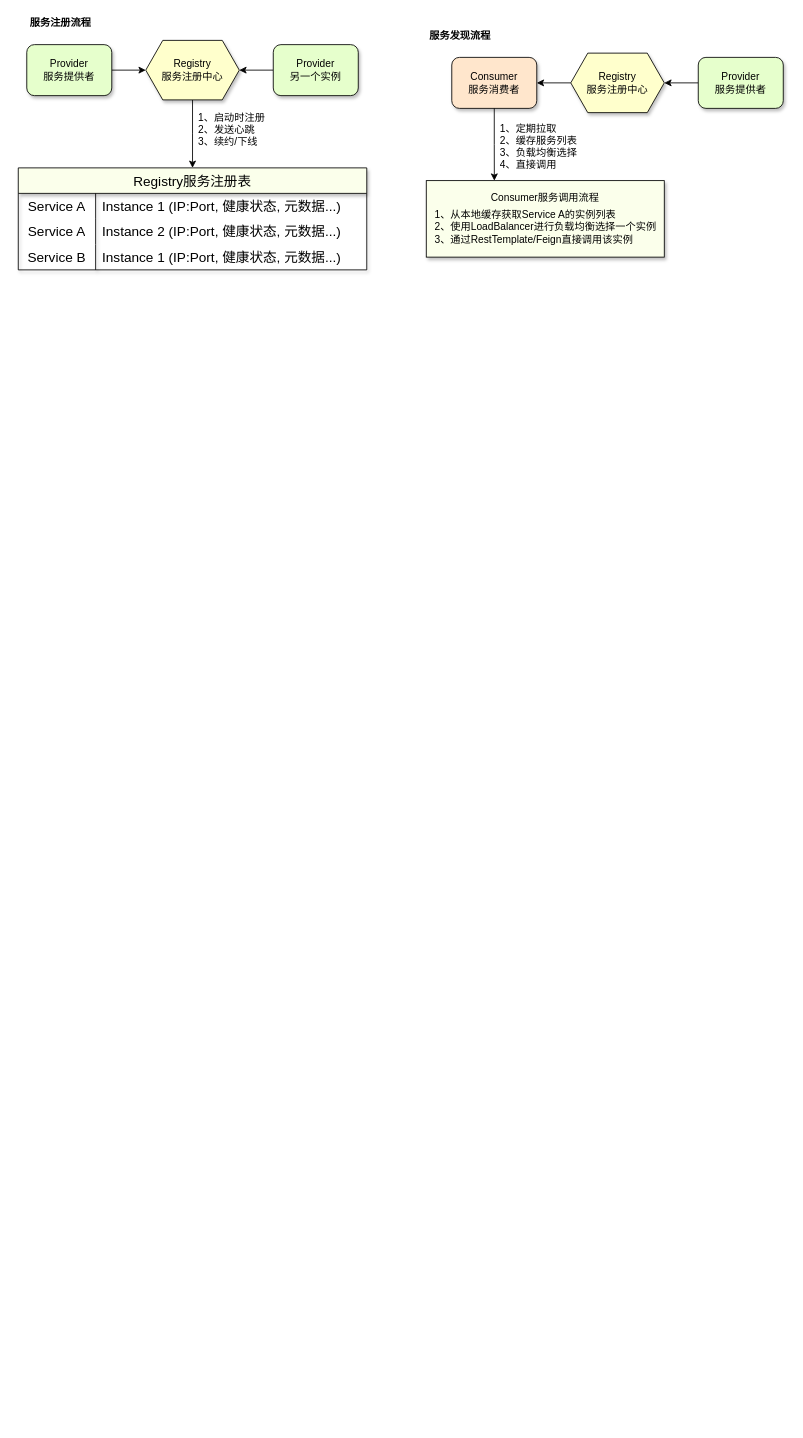
Before: achitecture_diagram/SpringCloud组件原理.drawio in abigalexy/online_drawing, a draw.io diagram. Source tidied: cells renumbered, new cells numbered last; positions are measured from the earlier drawing's top-left corner, leaving out a move shared by most shapes. Both pictures are drawn from the tidied source at 85%, with x=0, y=0 at pixel (18, 14).
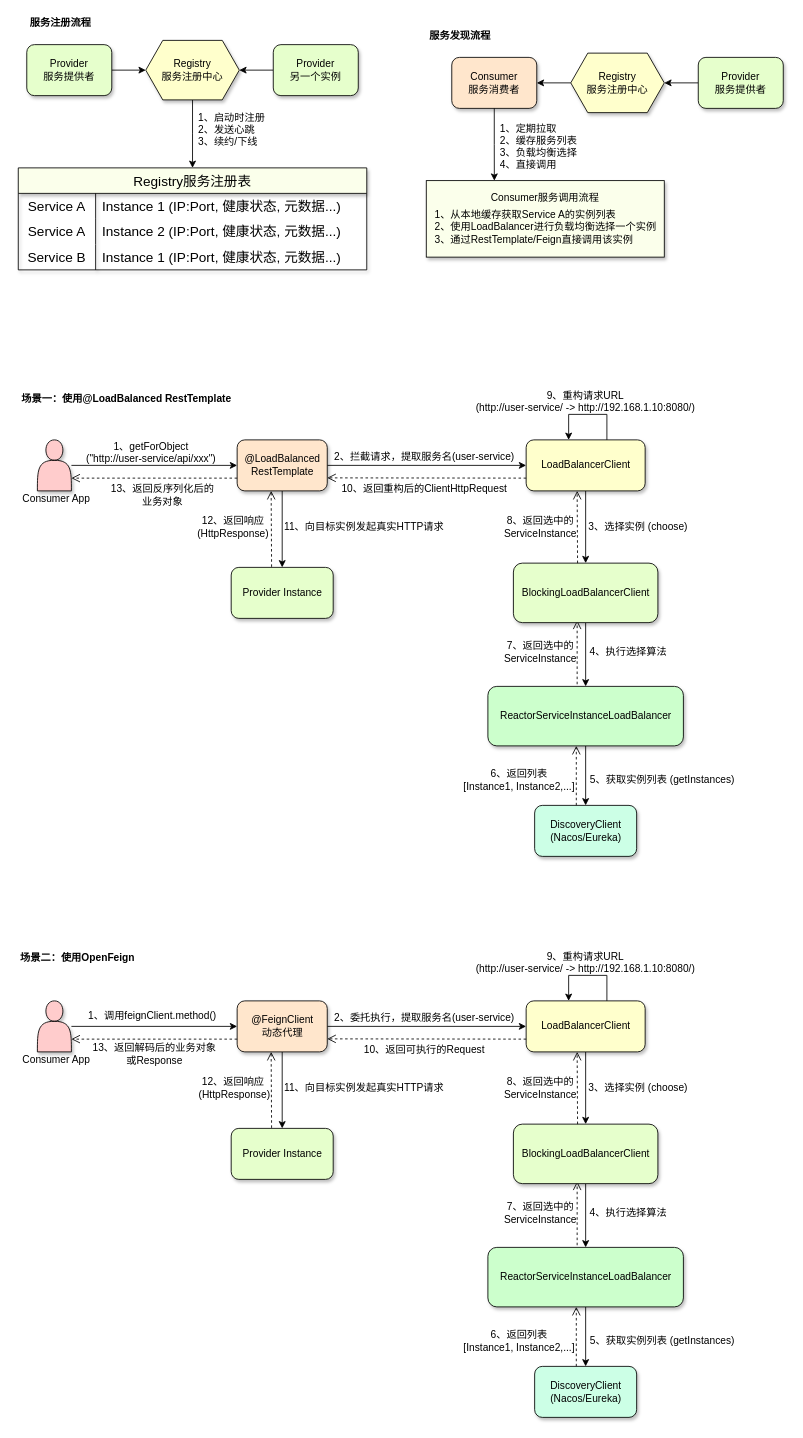
After the change.

Commit message:
更新SpringCloud组件原理.drawio

The edit, as a diff of the source:
```diff
@@
+    <mxCell id="33" style="group;" parent="1" vertex="1">
+      <mxGeometry y="1100" width="847.5" height="550" as="geometry" />
+    </mxCell>
+    <mxCell id="34" style="edgeStyle=orthogonalEdgeStyle;rounded=0;jettySize=auto;html=1;entryX=0;entryY=0.5;entryDx=0;entryDy=0;" parent="33" edge="1" source="36" target="42">
+      <mxGeometry relative="1" as="geometry" />
+    </mxCell>
+    <mxCell id="35" style="edgeStyle=orthogonalEdgeStyle;rounded=0;jettySize=auto;html=1;entryX=0.5;entryY=0;entryDx=0;entryDy=0;" parent="33" edge="1" source="36" target="37">
+      <mxGeometry relative="1" as="geometry" />
+    </mxCell>
+    <mxCell id="36" value="@FeignClient&lt;br&gt;动态代理" style="rounded=1;whiteSpace=wrap;html=1;fillColor=#FFE6CC;shadow=1;" parent="33" vertex="1">
+      <mxGeometry x="257.5" y="60" width="106" height="60" as="geometry" />
+    </mxCell>
+    <mxCell id="37" value="Provider Instance" style="rounded=1;whiteSpace=wrap;html=1;fillColor=#E6FFCC;shadow=1;" parent="33" vertex="1">
+      <mxGeometry x="250.5" y="210" width="120" height="60" as="geometry" />
+    </mxCell>
+    <mxCell id="38" style="edgeStyle=orthogonalEdgeStyle;rounded=0;jettySize=auto;html=1;entryX=0;entryY=0.5;entryDx=0;entryDy=0;" parent="33" edge="1" source="39" target="36">
+      <mxGeometry relative="1" as="geometry" />
+    </mxCell>
+    <mxCell id="39" style="shape=actor;whiteSpace=wrap;html=1;fillColor=#FFCCCC;shadow=1;" parent="33" vertex="1">
+      <mxGeometry x="22.5" y="60" width="40" height="60" as="geometry" />
+    </mxCell>
+    <mxCell id="40" value="1、调用feignClient.method()" style="text;strokeColor=none;align=center;fillColor=none;html=1;verticalAlign=middle;whiteSpace=wrap;rounded=0;" parent="33" vertex="1">
+      <mxGeometry x="77.5" y="67.5" width="160" height="20" as="geometry" />
+    </mxCell>
+    <mxCell id="41" style="edgeStyle=orthogonalEdgeStyle;rounded=0;jettySize=auto;html=1;entryX=0.5;entryY=0;entryDx=0;entryDy=0;" parent="33" edge="1" source="42" target="64">
+      <mxGeometry relative="1" as="geometry" />
+    </mxCell>
+    <mxCell id="42" value="LoadBalancerClient" style="rounded=1;whiteSpace=wrap;html=1;fillColor=#FFFFCC;shadow=1;" parent="33" vertex="1">
+      <mxGeometry x="597.5" y="60" width="140" height="60" as="geometry" />
+    </mxCell>
+    <mxCell id="43" value="2、委托执行，提取服务名(user-service)" style="text;strokeColor=none;align=center;fillColor=none;html=1;verticalAlign=middle;whiteSpace=wrap;rounded=0;" parent="33" vertex="1">
+      <mxGeometry x="367.5" y="72.5" width="220" height="15" as="geometry" />
+    </mxCell>
+    <mxCell id="44" value="3、选择实例 (choose)" style="text;strokeColor=none;align=center;fillColor=none;html=1;verticalAlign=middle;whiteSpace=wrap;rounded=0;" parent="33" vertex="1">
+      <mxGeometry x="667.5" y="152.5" width="123" height="20" as="geometry" />
+    </mxCell>
+    <mxCell id="45" value="4、执行选择算法" style="text;strokeColor=none;align=center;fillColor=none;html=1;verticalAlign=middle;whiteSpace=wrap;rounded=0;" parent="33" vertex="1">
+      <mxGeometry x="667.5" y="300" width="100" height="20" as="geometry" />
+    </mxCell>
+    <mxCell id="46" value="5、获取实例列表 (getInstances)" style="text;strokeColor=none;align=center;fillColor=none;html=1;verticalAlign=middle;whiteSpace=wrap;rounded=0;" parent="33" vertex="1">
+      <mxGeometry x="667.5" y="450" width="180" height="20" as="geometry" />
+    </mxCell>
+    <mxCell id="47" value="6、返回列表&lt;br&gt;[Instance1, Instance2,...]" style="text;strokeColor=none;align=center;fillColor=none;html=1;verticalAlign=middle;whiteSpace=wrap;rounded=0;" parent="33" vertex="1">
+      <mxGeometry x="521.5" y="445" width="135" height="30" as="geometry" />
+    </mxCell>
+    <mxCell id="48" value="7、返回选中的ServiceInstance" style="text;strokeColor=none;align=center;fillColor=none;html=1;verticalAlign=middle;whiteSpace=wrap;rounded=0;" parent="33" vertex="1">
+      <mxGeometry x="571.5" y="295" width="85" height="30" as="geometry" />
+    </mxCell>
+    <mxCell id="49" value="8、返回选中的ServiceInstance" style="text;strokeColor=none;align=center;fillColor=none;html=1;verticalAlign=middle;whiteSpace=wrap;rounded=0;" parent="33" vertex="1">
+      <mxGeometry x="567.5" y="150" width="93" height="25" as="geometry" />
+    </mxCell>
+    <mxCell id="50" value="9、重构请求URL&lt;br&gt;(http://user-service/ -&amp;gt; http://192.168.1.10:8080/)" style="text;strokeColor=none;align=center;fillColor=none;html=1;verticalAlign=middle;whiteSpace=wrap;rounded=0;" parent="33" vertex="1">
+      <mxGeometry x="534.2" width="266.5" height="30" as="geometry" />
+    </mxCell>
+    <mxCell id="51" style="html=1;verticalAlign=bottom;endArrow=open;dashed=1;endSize=8;curved=0;rounded=0;exitX=0;exitY=0.75;exitDx=0;exitDy=0;" parent="33" edge="1" source="42">
+      <mxGeometry relative="1" as="geometry">
+        <mxPoint x="363.5" y="104.7" as="targetPoint" />
+      </mxGeometry>
+    </mxCell>
+    <mxCell id="52" value="10、返回可执行的Request" style="text;strokeColor=none;align=center;fillColor=none;html=1;verticalAlign=middle;whiteSpace=wrap;rounded=0;" parent="33" vertex="1">
+      <mxGeometry x="402.5" y="107.5" width="150" height="20" as="geometry" />
+    </mxCell>
+    <mxCell id="53" value="11、向目标实例发起真实HTTP请求" style="text;strokeColor=none;align=center;fillColor=none;html=1;verticalAlign=middle;whiteSpace=wrap;rounded=0;" parent="33" vertex="1">
+      <mxGeometry x="311.5" y="152.5" width="190" height="20" as="geometry" />
+    </mxCell>
+    <mxCell id="54" style="html=1;verticalAlign=bottom;endArrow=open;dashed=1;endSize=8;curved=0;rounded=0;exitX=0.396;exitY=-0.01;exitDx=0;exitDy=0;exitPerimeter=0;" parent="33" edge="1" source="37">
+      <mxGeometry relative="1" as="geometry">
+        <mxPoint x="297.5" y="120" as="targetPoint" />
+      </mxGeometry>
+    </mxCell>
+    <mxCell id="55" value="12、返回响应&lt;br&gt;&amp;nbsp;(HttpResponse)" style="text;strokeColor=none;align=center;fillColor=none;html=1;verticalAlign=middle;whiteSpace=wrap;rounded=0;" parent="33" vertex="1">
+      <mxGeometry x="207.5" y="147.5" width="90" height="30" as="geometry" />
+    </mxCell>
+    <mxCell id="56" style="html=1;verticalAlign=bottom;endArrow=open;dashed=1;endSize=8;curved=0;rounded=0;exitX=0;exitY=0.75;exitDx=0;exitDy=0;entryX=1;entryY=0.75;entryDx=0;entryDy=0;" parent="33" edge="1" source="36" target="39">
+      <mxGeometry relative="1" as="geometry" />
+    </mxCell>
+    <mxCell id="57" value="13、返回解码后的业务对象&lt;br&gt;或Response" style="text;strokeColor=none;align=center;fillColor=none;html=1;verticalAlign=middle;whiteSpace=wrap;rounded=0;" parent="33" vertex="1">
+      <mxGeometry x="82.5" y="107.5" width="155" height="30" as="geometry" />
+    </mxCell>
+    <mxCell id="58" value="&lt;b&gt;场景二：使用OpenFeign&lt;/b&gt;" style="text;strokeColor=none;align=center;fillColor=none;html=1;verticalAlign=middle;whiteSpace=wrap;rounded=0;" parent="33" vertex="1">
+      <mxGeometry width="140" height="20" as="geometry" />
+    </mxCell>
+    <mxCell id="59" value="Consumer App" style="text;strokeColor=none;align=center;fillColor=none;html=1;verticalAlign=middle;whiteSpace=wrap;rounded=0;" parent="33" vertex="1">
+      <mxGeometry y="120" width="90" height="20" as="geometry" />
+    </mxCell>
+    <mxCell id="60" style="edgeStyle=orthogonalEdgeStyle;rounded=0;orthogonalLoop=1;jettySize=auto;html=1;" parent="33" edge="1">
+      <mxGeometry relative="1" as="geometry">
+        <mxPoint x="692.5" y="60" as="sourcePoint" />
+        <mxPoint x="647.5" y="60" as="targetPoint" />
+        <Array as="points">
+          <mxPoint x="692.5" y="30" />
+          <mxPoint x="647.5" y="30" />
+          <mxPoint x="647.5" y="60" />
+        </Array>
+      </mxGeometry>
+    </mxCell>
+    <mxCell id="61" style="html=1;verticalAlign=bottom;endArrow=open;dashed=1;endSize=8;curved=0;rounded=0;" parent="33" edge="1">
+      <mxGeometry relative="1" as="geometry">
+        <mxPoint x="657.5" y="347.5" as="sourcePoint" />
+        <mxPoint x="657.5" y="272.5" as="targetPoint" />
+      </mxGeometry>
+    </mxCell>
+    <mxCell id="62" style="html=1;verticalAlign=bottom;endArrow=open;dashed=1;endSize=8;curved=0;rounded=0;" parent="33" edge="1">
+      <mxGeometry relative="1" as="geometry">
+        <mxPoint x="656.5" y="490" as="sourcePoint" />
+        <mxPoint x="656.5" y="420" as="targetPoint" />
+      </mxGeometry>
+    </mxCell>
+    <mxCell id="63" style="edgeStyle=orthogonalEdgeStyle;rounded=0;jettySize=auto;html=1;entryX=0.5;entryY=0;entryDx=0;entryDy=0;" parent="33" edge="1" source="64" target="67">
+      <mxGeometry relative="1" as="geometry" />
+    </mxCell>
+    <mxCell id="64" value="BlockingLoadBalancerClient" style="rounded=1;whiteSpace=wrap;html=1;fillColor=#E6FFCC;shadow=1;" parent="33" vertex="1">
+      <mxGeometry x="582.5" y="205" width="170" height="70" as="geometry" />
+    </mxCell>
+    <mxCell id="65" style="html=1;verticalAlign=bottom;endArrow=open;dashed=1;endSize=8;curved=0;rounded=0;exitX=0.385;exitY=0;exitDx=0;exitDy=0;exitPerimeter=0;" parent="33" edge="1">
+      <mxGeometry relative="1" as="geometry">
+        <mxPoint x="658" y="205" as="sourcePoint" />
+        <mxPoint x="657.5" y="120" as="targetPoint" />
+      </mxGeometry>
+    </mxCell>
+    <mxCell id="66" style="edgeStyle=orthogonalEdgeStyle;rounded=0;jettySize=auto;html=1;entryX=0.5;entryY=0;entryDx=0;entryDy=0;" parent="33" edge="1" source="67" target="68">
+      <mxGeometry relative="1" as="geometry" />
+    </mxCell>
+    <mxCell id="67" value="ReactorServiceInstanceLoadBalancer" style="rounded=1;whiteSpace=wrap;html=1;fillColor=#CCFFCC;shadow=1;" parent="33" vertex="1">
+      <mxGeometry x="552.5" y="350" width="230" height="70" as="geometry" />
+    </mxCell>
+    <mxCell id="68" value="DiscoveryClient (Nacos/Eureka)" style="rounded=1;whiteSpace=wrap;html=1;fillColor=#CCFFE6;shadow=1;" parent="33" vertex="1">
+      <mxGeometry x="607.5" y="490" width="120" height="60" as="geometry" />
+    </mxCell>
+    <mxCell id="69" style="group;" parent="1" vertex="1">
+      <mxGeometry y="440" width="847.5" height="550" as="geometry" />
+    </mxCell>
+    <mxCell id="70" value="&lt;b&gt;场景一：使用@LoadBalanced RestTemplate&lt;/b&gt;" style="text;strokeColor=none;align=center;fillColor=none;html=1;verticalAlign=middle;whiteSpace=wrap;rounded=0;" parent="69" vertex="1">
+      <mxGeometry width="255" height="23" as="geometry" />
+    </mxCell>
+    <mxCell id="71" style="edgeStyle=orthogonalEdgeStyle;rounded=0;jettySize=auto;html=1;entryX=0;entryY=0.5;entryDx=0;entryDy=0;" parent="69" edge="1" source="73" target="79">
+      <mxGeometry relative="1" as="geometry" />
+    </mxCell>
+    <mxCell id="72" style="edgeStyle=orthogonalEdgeStyle;rounded=0;jettySize=auto;html=1;entryX=0.5;entryY=0;entryDx=0;entryDy=0;" parent="69" edge="1" source="73" target="74">
+      <mxGeometry relative="1" as="geometry" />
+    </mxCell>
+    <mxCell id="73" value="@LoadBalanced&lt;br&gt;RestTemplate" style="rounded=1;whiteSpace=wrap;html=1;fillColor=#FFE6CC;shadow=1;" parent="69" vertex="1">
+      <mxGeometry x="257.5" y="60" width="106" height="60" as="geometry" />
+    </mxCell>
+    <mxCell id="74" value="Provider Instance" style="rounded=1;whiteSpace=wrap;html=1;fillColor=#E6FFCC;shadow=1;" parent="69" vertex="1">
+      <mxGeometry x="250.5" y="210" width="120" height="60" as="geometry" />
+    </mxCell>
+    <mxCell id="75" style="edgeStyle=orthogonalEdgeStyle;rounded=0;jettySize=auto;html=1;entryX=0;entryY=0.5;entryDx=0;entryDy=0;" parent="69" edge="1" source="76" target="73">
+      <mxGeometry relative="1" as="geometry" />
+    </mxCell>
+    <mxCell id="76" style="shape=actor;whiteSpace=wrap;html=1;fillColor=#FFCCCC;shadow=1;" parent="69" vertex="1">
+      <mxGeometry x="22.5" y="60" width="40" height="60" as="geometry" />
+    </mxCell>
+    <mxCell id="77" value="1、getForObject&lt;br&gt;(&quot;http://user-service/api/xxx&quot;)" style="text;strokeColor=none;align=center;fillColor=none;html=1;verticalAlign=middle;whiteSpace=wrap;rounded=0;" parent="69" vertex="1">
+      <mxGeometry x="75" y="60" width="162.5" height="30" as="geometry" />
+    </mxCell>
+    <mxCell id="78" style="edgeStyle=orthogonalEdgeStyle;rounded=0;jettySize=auto;html=1;entryX=0.5;entryY=0;entryDx=0;entryDy=0;" parent="69" edge="1" source="79" target="100">
+      <mxGeometry relative="1" as="geometry" />
+    </mxCell>
+    <mxCell id="79" value="LoadBalancerClient" style="rounded=1;whiteSpace=wrap;html=1;fillColor=#FFFFCC;shadow=1;" parent="69" vertex="1">
+      <mxGeometry x="597.5" y="60" width="140" height="60" as="geometry" />
+    </mxCell>
+    <mxCell id="80" value="2、拦截请求，提取服务名(user-service)" style="text;strokeColor=none;align=center;fillColor=none;html=1;verticalAlign=middle;whiteSpace=wrap;rounded=0;" parent="69" vertex="1">
+      <mxGeometry x="367.5" y="72.5" width="220" height="15" as="geometry" />
+    </mxCell>
+    <mxCell id="81" value="3、选择实例 (choose)" style="text;strokeColor=none;align=center;fillColor=none;html=1;verticalAlign=middle;whiteSpace=wrap;rounded=0;" parent="69" vertex="1">
+      <mxGeometry x="667.5" y="152.5" width="123" height="20" as="geometry" />
+    </mxCell>
+    <mxCell id="82" value="4、执行选择算法" style="text;strokeColor=none;align=center;fillColor=none;html=1;verticalAlign=middle;whiteSpace=wrap;rounded=0;" parent="69" vertex="1">
+      <mxGeometry x="667.5" y="300" width="100" height="20" as="geometry" />
+    </mxCell>
+    <mxCell id="83" value="5、获取实例列表 (getInstances)" style="text;strokeColor=none;align=center;fillColor=none;html=1;verticalAlign=middle;whiteSpace=wrap;rounded=0;" parent="69" vertex="1">
+      <mxGeometry x="667.5" y="450" width="180" height="20" as="geometry" />
+    </mxCell>
+    <mxCell id="84" value="6、返回列表&lt;br&gt;[Instance1, Instance2,...]" style="text;strokeColor=none;align=center;fillColor=none;html=1;verticalAlign=middle;whiteSpace=wrap;rounded=0;" parent="69" vertex="1">
+      <mxGeometry x="521.5" y="445" width="135" height="30" as="geometry" />
+    </mxCell>
+    <mxCell id="85" value="7、返回选中的ServiceInstance" style="text;strokeColor=none;align=center;fillColor=none;html=1;verticalAlign=middle;whiteSpace=wrap;rounded=0;" parent="69" vertex="1">
+      <mxGeometry x="571.5" y="295" width="85" height="30" as="geometry" />
+    </mxCell>
+    <mxCell id="86" value="8、返回选中的ServiceInstance" style="text;strokeColor=none;align=center;fillColor=none;html=1;verticalAlign=middle;whiteSpace=wrap;rounded=0;" parent="69" vertex="1">
+      <mxGeometry x="567.5" y="150" width="93" height="25" as="geometry" />
+    </mxCell>
+    <mxCell id="87" value="9、重构请求URL&lt;br&gt;(http://user-service/ -&amp;gt; http://192.168.1.10:8080/)" style="text;strokeColor=none;align=center;fillColor=none;html=1;verticalAlign=middle;whiteSpace=wrap;rounded=0;" parent="69" vertex="1">
+      <mxGeometry x="534.2" width="266.5" height="30" as="geometry" />
+    </mxCell>
+    <mxCell id="88" style="html=1;verticalAlign=bottom;endArrow=open;dashed=1;endSize=8;curved=0;rounded=0;exitX=0;exitY=0.75;exitDx=0;exitDy=0;" parent="69" edge="1" source="79">
+      <mxGeometry relative="1" as="geometry">
+        <mxPoint x="363.5" y="104.7" as="targetPoint" />
+      </mxGeometry>
+    </mxCell>
+    <mxCell id="89" value="10、返回重构后的ClientHttpRequest" style="text;strokeColor=none;align=center;fillColor=none;html=1;verticalAlign=middle;whiteSpace=wrap;rounded=0;" parent="69" vertex="1">
+      <mxGeometry x="377.5" y="107.5" width="200" height="20" as="geometry" />
+    </mxCell>
+    <mxCell id="90" value="11、向目标实例发起真实HTTP请求" style="text;strokeColor=none;align=center;fillColor=none;html=1;verticalAlign=middle;whiteSpace=wrap;rounded=0;" parent="69" vertex="1">
+      <mxGeometry x="311.5" y="152.5" width="190" height="20" as="geometry" />
+    </mxCell>
+    <mxCell id="91" style="html=1;verticalAlign=bottom;endArrow=open;dashed=1;endSize=8;curved=0;rounded=0;exitX=0.396;exitY=-0.01;exitDx=0;exitDy=0;exitPerimeter=0;" parent="69" edge="1" source="74">
+      <mxGeometry relative="1" as="geometry">
+        <mxPoint x="297.5" y="120" as="targetPoint" />
+      </mxGeometry>
+    </mxCell>
+    <mxCell id="92" value="12、返回响应 (HttpResponse)" style="text;strokeColor=none;align=center;fillColor=none;html=1;verticalAlign=middle;whiteSpace=wrap;rounded=0;" parent="69" vertex="1">
+      <mxGeometry x="207.5" y="147.5" width="90" height="30" as="geometry" />
+    </mxCell>
+    <mxCell id="93" style="html=1;verticalAlign=bottom;endArrow=open;dashed=1;endSize=8;curved=0;rounded=0;exitX=0;exitY=0.75;exitDx=0;exitDy=0;entryX=1;entryY=0.75;entryDx=0;entryDy=0;" parent="69" edge="1" source="73" target="76">
+      <mxGeometry relative="1" as="geometry" />
+    </mxCell>
+    <mxCell id="94" value="13、返回反序列化后的&lt;br&gt;业务对象" style="text;strokeColor=none;align=center;fillColor=none;html=1;verticalAlign=middle;whiteSpace=wrap;rounded=0;" parent="69" vertex="1">
+      <mxGeometry x="105" y="109" width="130" height="31" as="geometry" />
+    </mxCell>
+    <mxCell id="95" value="Consumer App" style="text;strokeColor=none;align=center;fillColor=none;html=1;verticalAlign=middle;whiteSpace=wrap;rounded=0;" parent="69" vertex="1">
+      <mxGeometry y="120" width="90" height="20" as="geometry" />
+    </mxCell>
+    <mxCell id="96" style="edgeStyle=orthogonalEdgeStyle;rounded=0;orthogonalLoop=1;jettySize=auto;html=1;" parent="69" edge="1">
+      <mxGeometry relative="1" as="geometry">
+        <mxPoint x="692.5" y="60" as="sourcePoint" />
+        <mxPoint x="647.5" y="60" as="targetPoint" />
+        <Array as="points">
+          <mxPoint x="692.5" y="30" />
+          <mxPoint x="647.5" y="30" />
+          <mxPoint x="647.5" y="60" />
+        </Array>
+      </mxGeometry>
+    </mxCell>
+    <mxCell id="97" style="html=1;verticalAlign=bottom;endArrow=open;dashed=1;endSize=8;curved=0;rounded=0;" parent="69" edge="1">
+      <mxGeometry relative="1" as="geometry">
+        <mxPoint x="657.5" y="347.5" as="sourcePoint" />
+        <mxPoint x="657.5" y="272.5" as="targetPoint" />
+      </mxGeometry>
+    </mxCell>
+    <mxCell id="98" style="html=1;verticalAlign=bottom;endArrow=open;dashed=1;endSize=8;curved=0;rounded=0;" parent="69" edge="1">
+      <mxGeometry relative="1" as="geometry">
+        <mxPoint x="656.5" y="490" as="sourcePoint" />
+        <mxPoint x="656.5" y="420" as="targetPoint" />
+      </mxGeometry>
+    </mxCell>
+    <mxCell id="99" style="edgeStyle=orthogonalEdgeStyle;rounded=0;jettySize=auto;html=1;entryX=0.5;entryY=0;entryDx=0;entryDy=0;" parent="69" edge="1" source="100" target="103">
+      <mxGeometry relative="1" as="geometry" />
+    </mxCell>
+    <mxCell id="100" value="BlockingLoadBalancerClient" style="rounded=1;whiteSpace=wrap;html=1;fillColor=#E6FFCC;shadow=1;" parent="69" vertex="1">
+      <mxGeometry x="582.5" y="205" width="170" height="70" as="geometry" />
+    </mxCell>
+    <mxCell id="101" style="html=1;verticalAlign=bottom;endArrow=open;dashed=1;endSize=8;curved=0;rounded=0;exitX=0.385;exitY=0;exitDx=0;exitDy=0;exitPerimeter=0;" parent="69" edge="1">
+      <mxGeometry relative="1" as="geometry">
+        <mxPoint x="658" y="205" as="sourcePoint" />
+        <mxPoint x="657.5" y="120" as="targetPoint" />
+      </mxGeometry>
+    </mxCell>
+    <mxCell id="102" style="edgeStyle=orthogonalEdgeStyle;rounded=0;jettySize=auto;html=1;entryX=0.5;entryY=0;entryDx=0;entryDy=0;" parent="69" edge="1" source="103" target="104">
+      <mxGeometry relative="1" as="geometry" />
+    </mxCell>
+    <mxCell id="103" value="ReactorServiceInstanceLoadBalancer" style="rounded=1;whiteSpace=wrap;html=1;fillColor=#CCFFCC;shadow=1;" parent="69" vertex="1">
+      <mxGeometry x="552.5" y="350" width="230" height="70" as="geometry" />
+    </mxCell>
+    <mxCell id="104" value="DiscoveryClient (Nacos/Eureka)" style="rounded=1;whiteSpace=wrap;html=1;fillColor=#CCFFE6;shadow=1;" parent="69" vertex="1">
+      <mxGeometry x="607.5" y="490" width="120" height="60" as="geometry" />
+    </mxCell>
```
